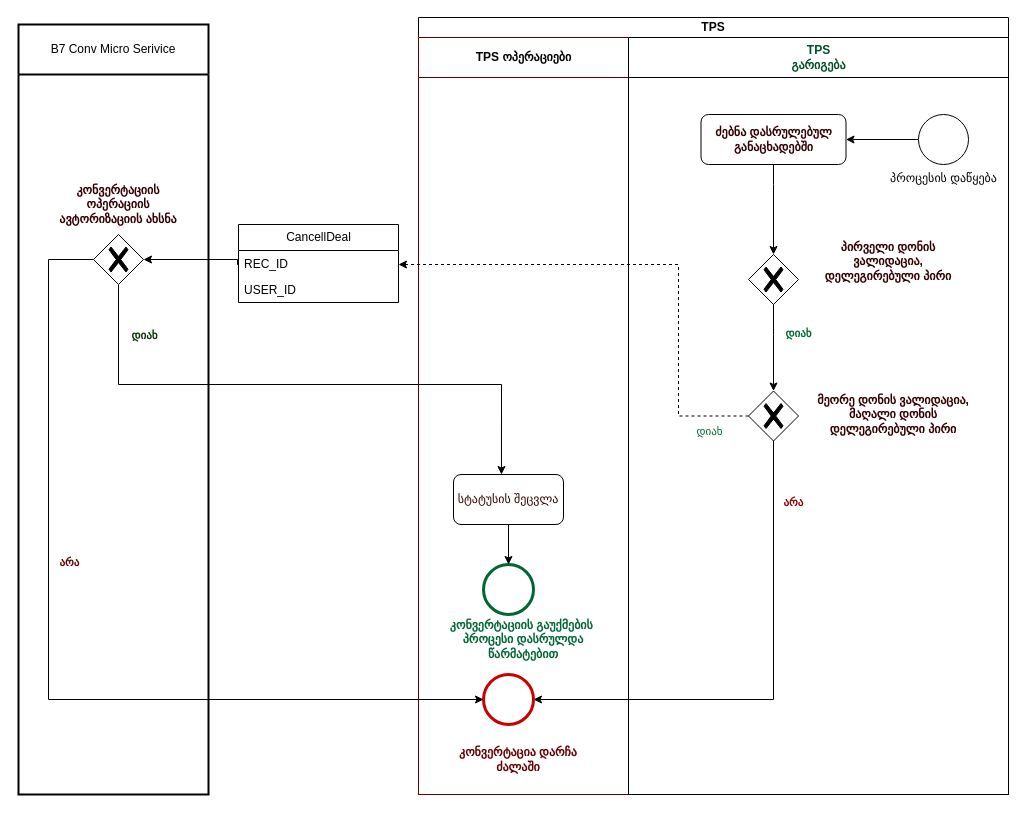
Earlier version of the draw.io diagram page "შეთანხმების გაუქმება B7" (4 of 4) of RateDealProcessDiagram.drawio (vaso514d/drawio). Source tidied: cells renumbered, new cells numbered last; positions are measured from the earlier drawing's top-left corner, leaving out a move shared by most shapes. Both pictures are drawn from the tidied source at 100%, with x=0, y=0 at pixel (18, 17).
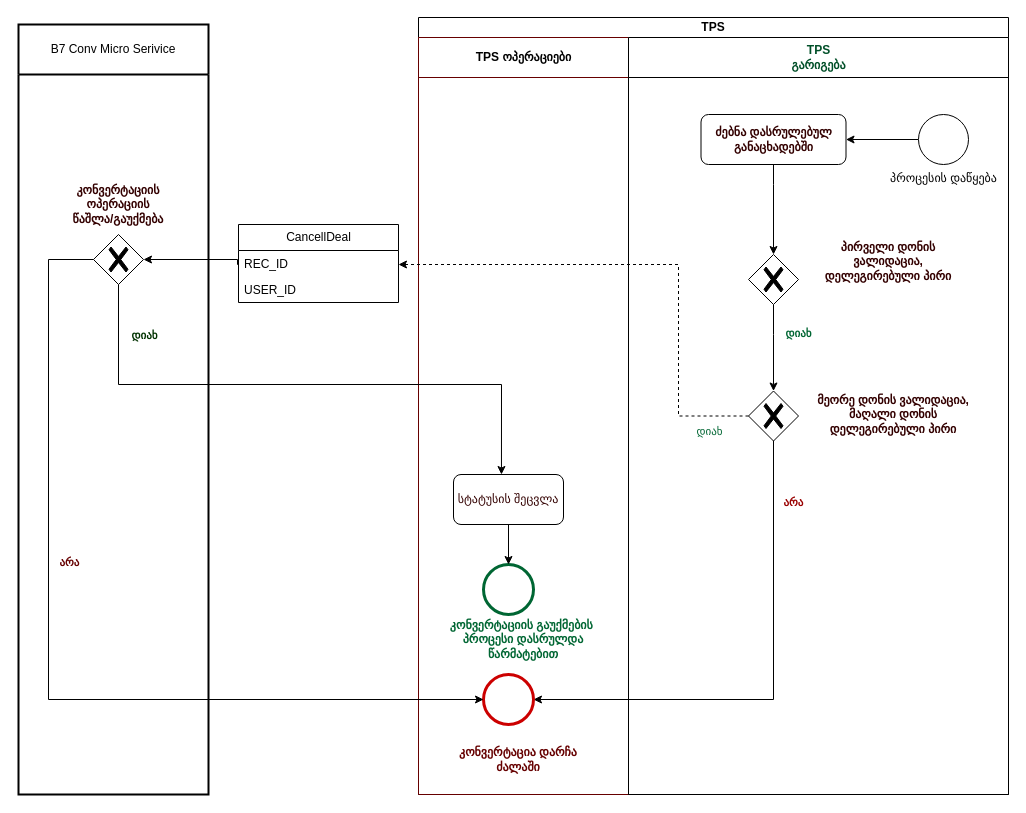
The same diagram, later.

Unchanged cells that the change refers to:
```xml
<mxCell id="2" value="B7 Conv Micro Serivice" style="swimlane;html=1;startSize=50;fontStyle=0;horizontal=1;swimlaneLine=1;strokeWidth=2;swimlaneFillColor=#ffffff;whiteSpace=wrap;" parent="1" vertex="1">
  <mxGeometry y="7" width="190" height="770" as="geometry" />
</mxCell>
```

What changed in the source:
```diff
@@
-    <mxCell id="4" value="&lt;font color=&quot;#330000&quot;&gt;კონვერტაციის ოპერაციის&lt;br&gt;ავტორიზაციის ახსნა&lt;br&gt;&lt;/font&gt;" style="text;html=1;strokeColor=none;fillColor=none;align=center;verticalAlign=middle;whiteSpace=wrap;rounded=0;fontColor=#CC0000;fontStyle=1;" parent="2" vertex="1">
+    <mxCell id="4" value="&lt;font color=&quot;#330000&quot;&gt;კონვერტაციის ოპერაციის&lt;br&gt;წაშლა/გაუქმება&lt;br&gt;&lt;/font&gt;" style="text;html=1;strokeColor=none;fillColor=none;align=center;verticalAlign=middle;whiteSpace=wrap;rounded=0;fontColor=#CC0000;fontStyle=1;" parent="2" vertex="1">
       <mxGeometry x="40" y="160" width="120" height="40" as="geometry" />
     </mxCell>
```
